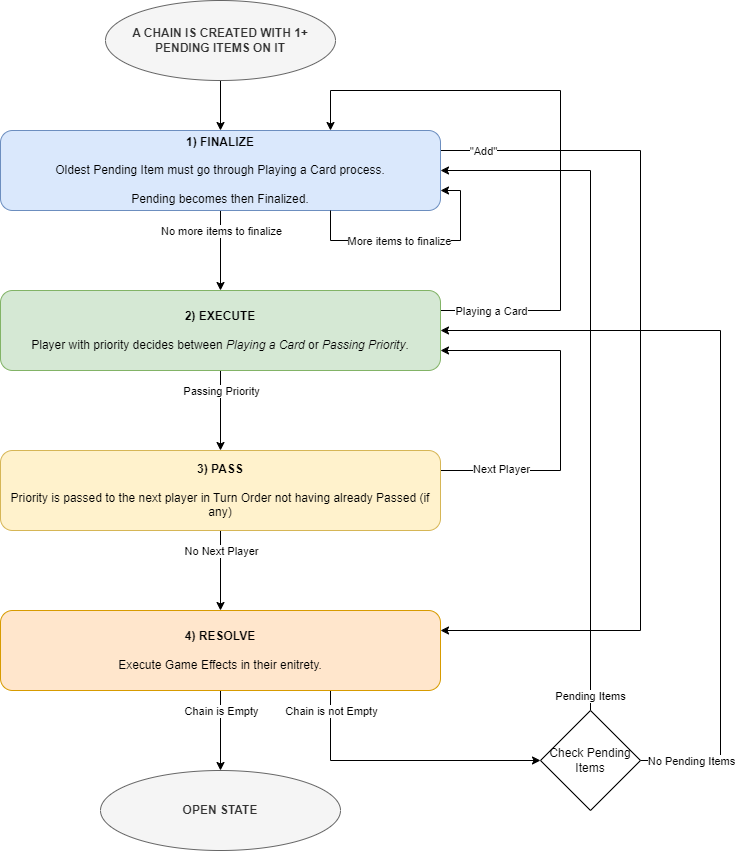
EkoLogiko/riftbound keeps this draw.io diagram as 00_Resources/Riftbound_FEPR.drawio.png. Above is the earlier version. Source tidied: cells renumbered, new cells last; positions are measured from the earlier drawing's top-left corner, leaving out a move shared by most shapes.
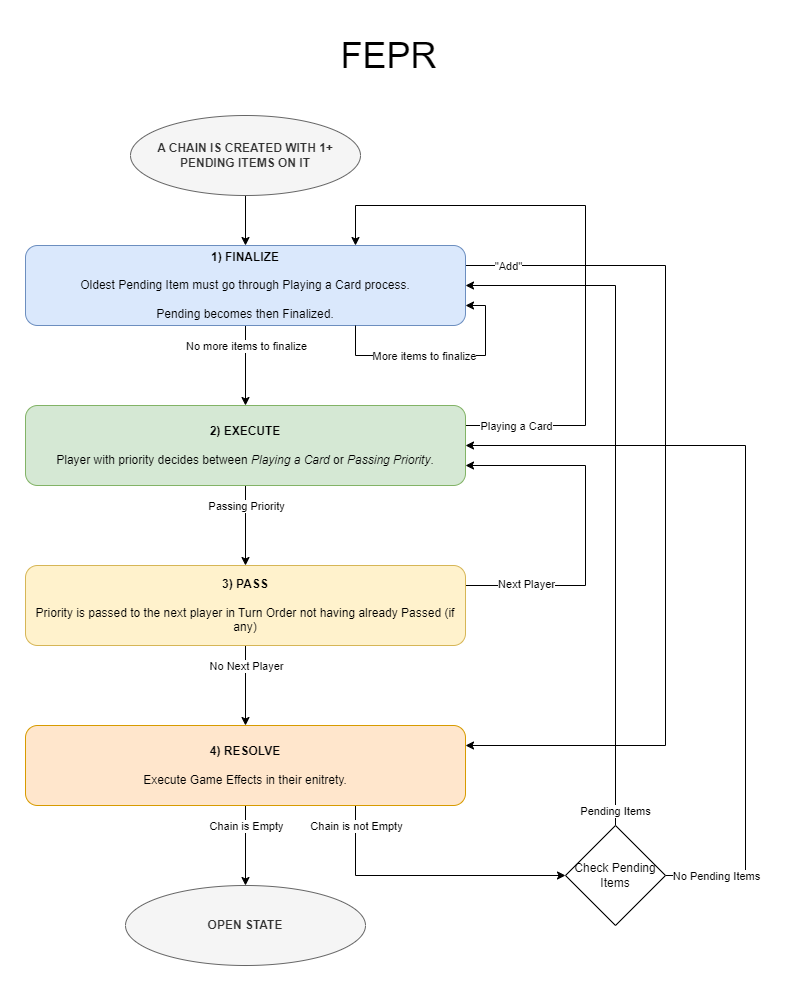
The same diagram one commit later.

Commit message:
vault backup: 2026-08-17 14:21:02

The edit, as a diff of the source:
```diff
@@ -137,5 +137,8 @@
     <mxCell id="31" value="Check Pending Items" style="rhombus;whiteSpace=wrap;html=1;" parent="1" vertex="1">
       <mxGeometry x="540" y="710" width="100" height="100" as="geometry" />
     </mxCell>
+    <mxCell id="32" value="FEPR" style="text;html=1;strokeColor=none;fillColor=none;align=center;verticalAlign=middle;whiteSpace=wrap;rounded=0;fontSize=36;" parent="1" vertex="1">
+      <mxGeometry x="291" y="-90" width="145" height="60" as="geometry" />
+    </mxCell>
   </root>
 </mxGraphModel>
```
